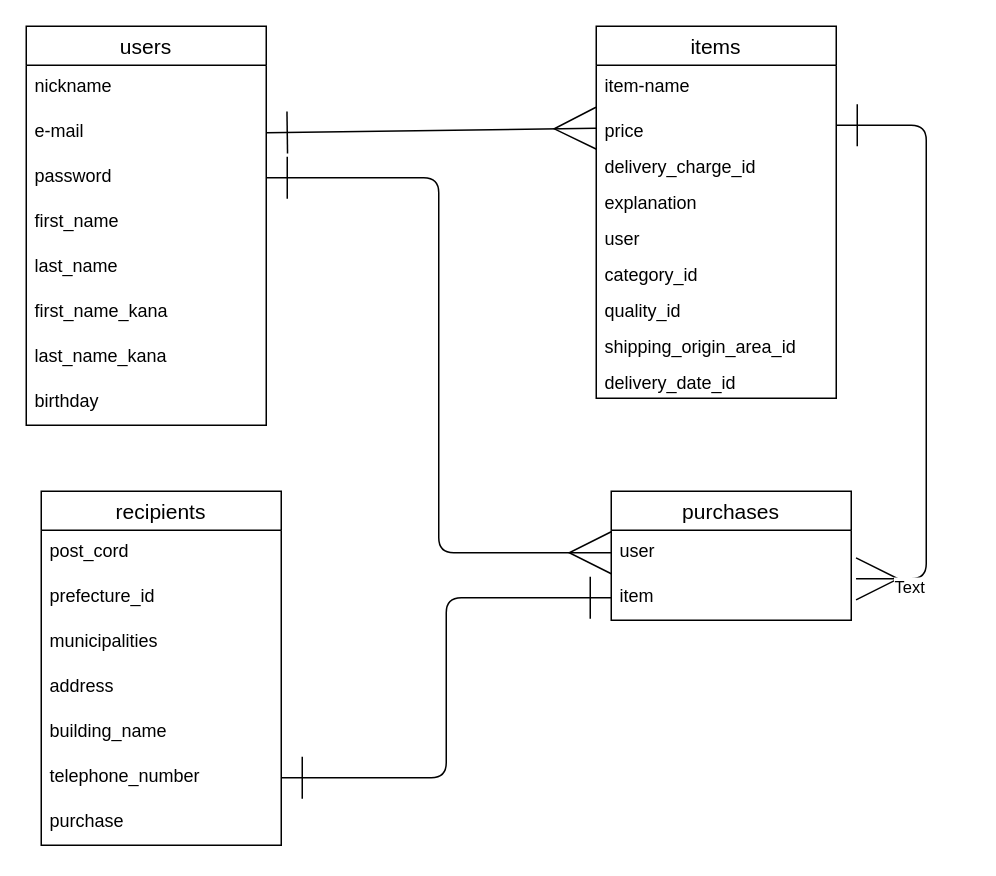
Earlier version of the draw.io diagram furima-39513.dio (yoppy44/furima-39513). Source tidied: cells renumbered, new cells numbered last; positions are measured from the earlier drawing's top-left corner, leaving out a move shared by most shapes. Both pictures are drawn from the tidied source at 150%, with x=0, y=0 at pixel (26, 26).
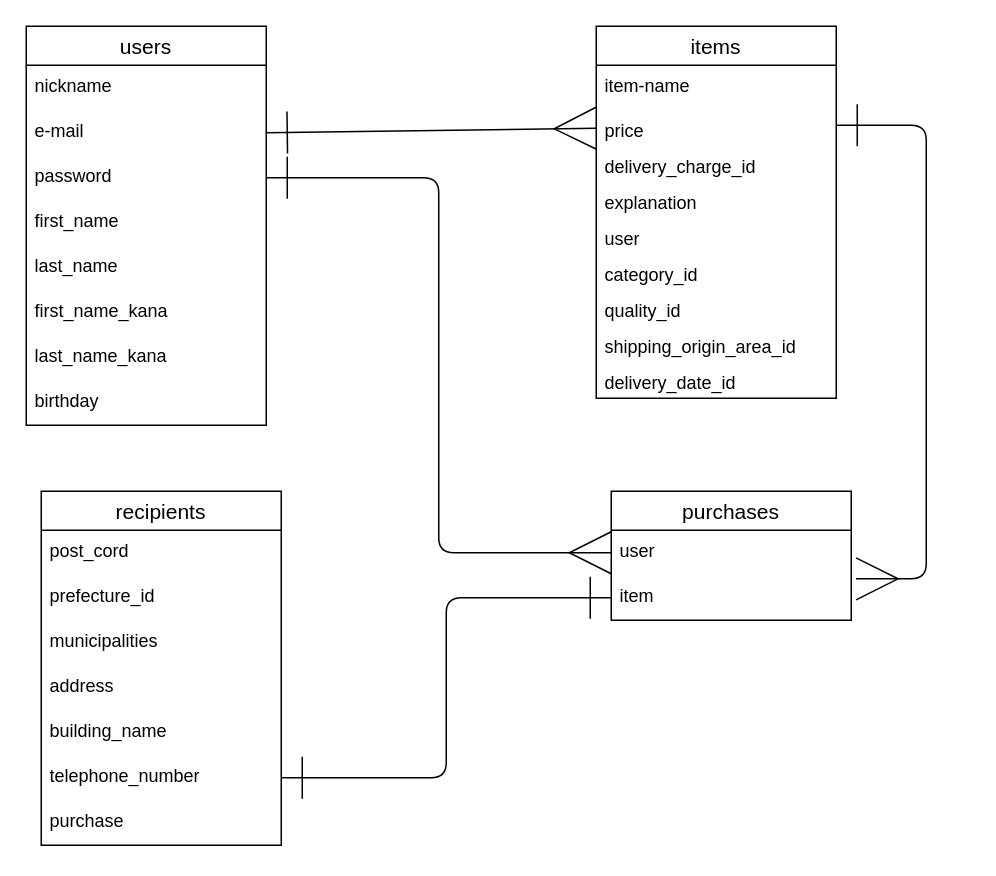
After the change.

Unchanged cells that the change refers to:
```xml
<mxCell id="34" style="edgeStyle=orthogonalEdgeStyle;html=1;entryX=1.02;entryY=0.08;entryDx=0;entryDy=0;entryPerimeter=0;fontFamily=Helvetica;fontSize=14;fontColor=default;startArrow=ERone;startFill=0;endArrow=ERmany;endFill=0;startSize=26;endSize=26;" parent="1" edge="1" target="23">
  <mxGeometry relative="1" as="geometry">
    <mxPoint x="540" y="66" as="sourcePoint" />
    <Array as="points">
      <mxPoint x="600" y="66" />
      <mxPoint x="600" y="368" />
    </Array>
  </mxGeometry>
</mxCell>
```

The edit, as a diff of the source:
```diff
@@
-    <mxCell id="35" value="Text" style="edgeLabel;html=1;align=center;verticalAlign=middle;" parent="34" vertex="1">
-      <mxGeometry x="0.83" y="5" relative="1" as="geometry" />
-    </mxCell>
```
